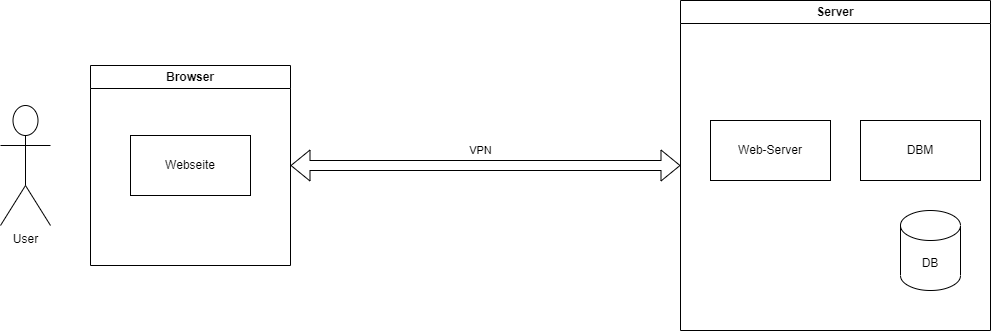
Above: docs/Architektur.png in Chunk3r/SWE-Praktikum-23 (draw.io), before the change. Source tidied: cells renumbered, new cells last; positions are measured from the earlier drawing's top-left corner, leaving out a move shared by most shapes.
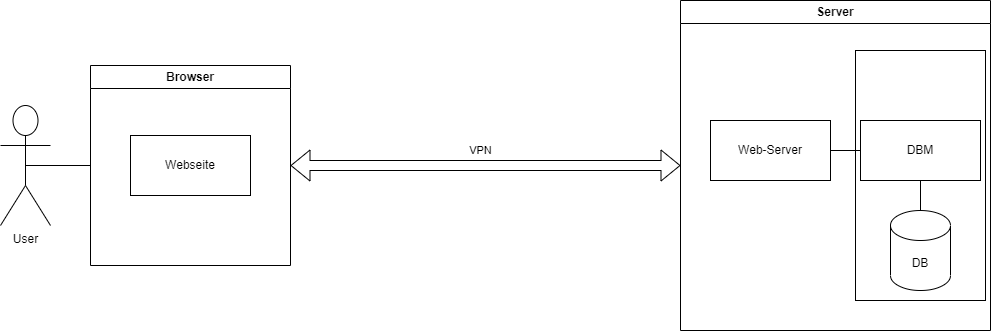
After the commit.

The edit, as a diff of the source:
```diff
@@ -5,8 +5,11 @@
     <mxCell id="2" value="Server" style="swimlane;whiteSpace=wrap;html=1;" parent="1" vertex="1">
       <mxGeometry x="680" width="310" height="330" as="geometry" />
     </mxCell>
+    <mxCell id="11" style="rounded=0;whiteSpace=wrap;html=1;" parent="2" vertex="1">
+      <mxGeometry x="175" y="50" width="130" height="250" as="geometry" />
+    </mxCell>
     <mxCell id="3" value="DB" style="shape=cylinder3;whiteSpace=wrap;html=1;boundedLbl=1;backgroundOutline=1;size=15;" parent="2" vertex="1">
-      <mxGeometry x="220" y="210" width="60" height="80" as="geometry" />
+      <mxGeometry x="210" y="210" width="60" height="80" as="geometry" />
     </mxCell>
     <mxCell id="4" value="DBM" style="rounded=0;whiteSpace=wrap;html=1;" parent="2" vertex="1">
       <mxGeometry x="180" y="120" width="120" height="60" as="geometry" />
@@ -14,6 +17,12 @@
     <mxCell id="5" value="Web-Server" style="rounded=0;whiteSpace=wrap;html=1;" parent="2" vertex="1">
       <mxGeometry x="30" y="120" width="120" height="60" as="geometry" />
     </mxCell>
+    <mxCell id="12" style="endArrow=none;html=1;rounded=0;entryX=1;entryY=0.5;entryDx=0;entryDy=0;exitX=0;exitY=0.5;exitDx=0;exitDy=0;" parent="2" edge="1" source="4" target="5">
+      <mxGeometry relative="1" as="geometry" />
+    </mxCell>
+    <mxCell id="13" style="endArrow=none;html=1;rounded=0;entryX=0.5;entryY=1;entryDx=0;entryDy=0;exitX=0.5;exitY=0;exitDx=0;exitDy=0;exitPerimeter=0;" parent="2" edge="1" source="3" target="4">
+      <mxGeometry relative="1" as="geometry" />
+    </mxCell>
     <mxCell id="6" value="User" style="shape=umlActor;verticalLabelPosition=bottom;verticalAlign=top;html=1;outlineConnect=0;" parent="1" vertex="1">
       <mxGeometry y="105" width="50" height="120" as="geometry" />
     </mxCell>
@@ -31,5 +40,8 @@
         <mxPoint x="-24" y="-16" as="offset" />
       </mxGeometry>
     </mxCell>
+    <mxCell id="14" style="endArrow=none;html=1;rounded=0;exitX=0.5;exitY=0.5;exitDx=0;exitDy=0;exitPerimeter=0;entryX=0;entryY=0.5;entryDx=0;entryDy=0;" parent="1" edge="1" source="6" target="7">
+      <mxGeometry relative="1" as="geometry" />
+    </mxCell>
   </root>
 </mxGraphModel>
```
